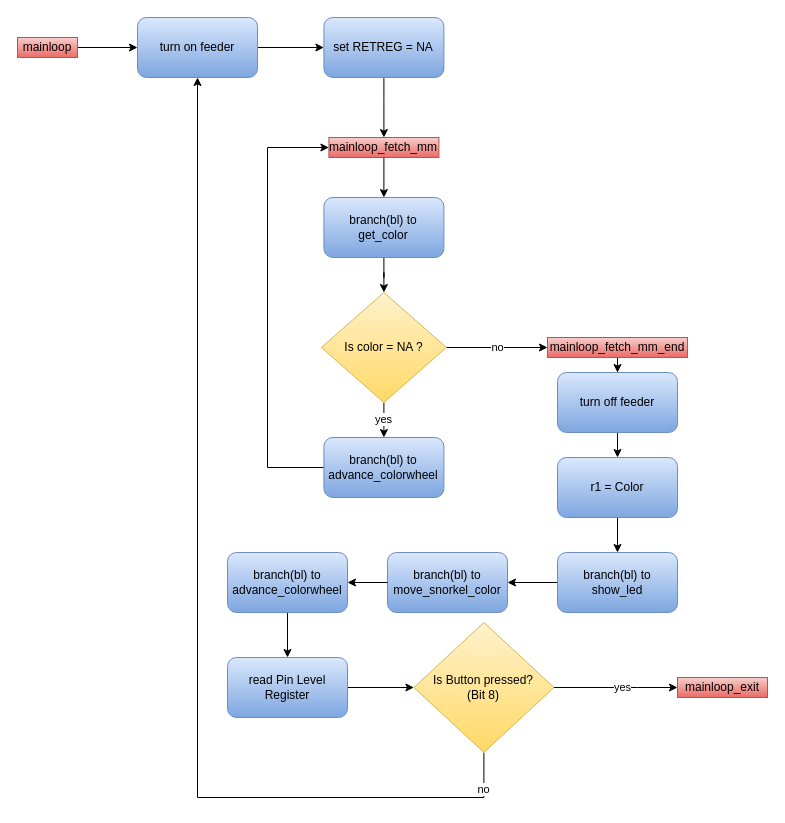
Before: diagrams/Programmablauf_mainloop.drawio in DerToaster98/SysProgTIT18, a draw.io diagram. Source tidied: cells renumbered, new cells numbered last; positions are measured from the earlier drawing's top-left corner, leaving out a move shared by most shapes. Both pictures are drawn from the tidied source at 100%, with x=0, y=0 at pixel (17, 17).
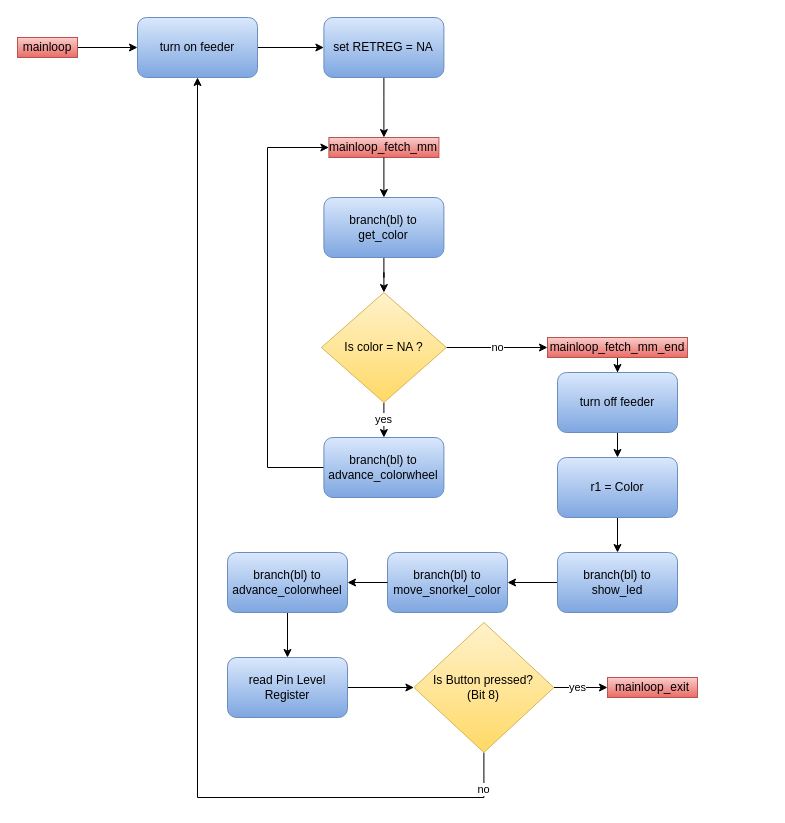
Above is the later version.

The change refers to these unchanged cells:
```xml
<mxCell id="8" value="Is Button pressed?&lt;br&gt;(Bit 8)" style="rhombus;whiteSpace=wrap;html=1;gradientColor=#ffd966;fillColor=#fff2cc;strokeColor=#d6b656;" parent="1" vertex="1">
  <mxGeometry x="396.4" y="605" width="140" height="130" as="geometry" />
</mxCell>
```

Change to the diagram source:
```diff
@@
-    <mxCell id="7" value="yes" style="edgeStyle=orthogonalEdgeStyle;rounded=0;jettySize=auto;html=1;entryX=0;entryY=0.5;entryDx=0;entryDy=0;exitX=1;exitY=0.5;exitDx=0;exitDy=0;" parent="1" edge="1" source="8" target="30">
-      <mxGeometry x="0.11" relative="1" as="geometry">
-        <Array as="points">
-          <mxPoint x="620" y="670" />
-          <mxPoint x="620" y="670" />
-        </Array>
-      </mxGeometry>
+    <mxCell id="7" value="yes" style="edgeStyle=orthogonalEdgeStyle;rounded=0;jettySize=auto;html=1;exitX=1;exitY=0.5;exitDx=0;exitDy=0;entryX=0;entryY=0.5;entryDx=0;entryDy=0;" parent="1" edge="1" source="8" target="30">
+      <mxGeometry x="-0.12" relative="1" as="geometry" />
     </mxCell>
@@
     <mxCell id="30" value="mainloop_exit" style="text;html=1;strokeColor=#b85450;fillColor=#f8cecc;align=center;verticalAlign=middle;whiteSpace=wrap;rounded=0;gradientColor=#ea6b66;" parent="1" vertex="1">
-      <mxGeometry x="660" y="660" width="90" height="20" as="geometry" />
+      <mxGeometry x="590" y="660" width="90" height="20" as="geometry" />
     </mxCell>
```
